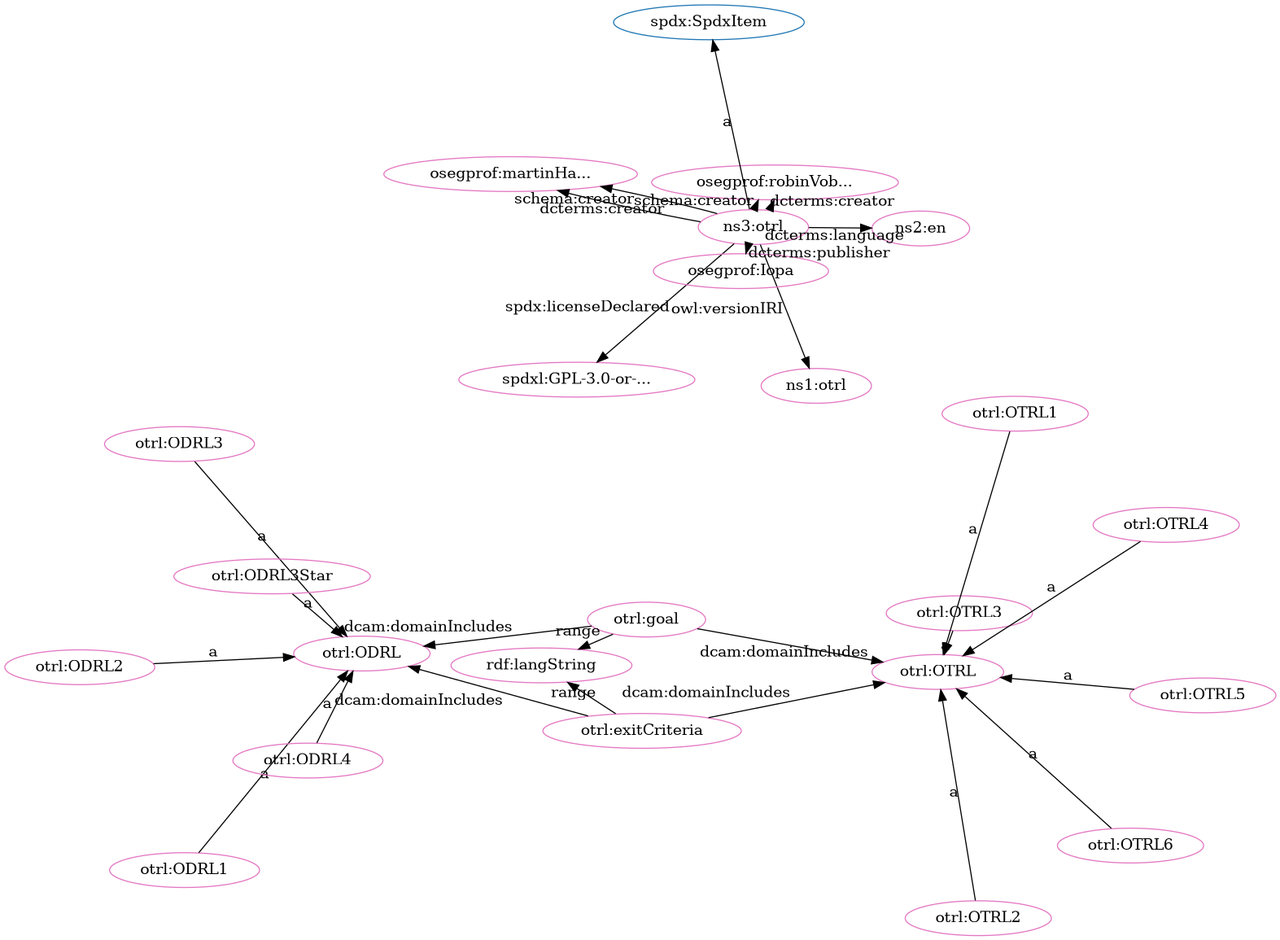
Before: src/spec/dot_otrl-clean.png, a diagram exported from Graphviz (iop-alliance/OpenKnowHow). Its source is kept beside it as src/spec/dot_otrl-clean.dot.
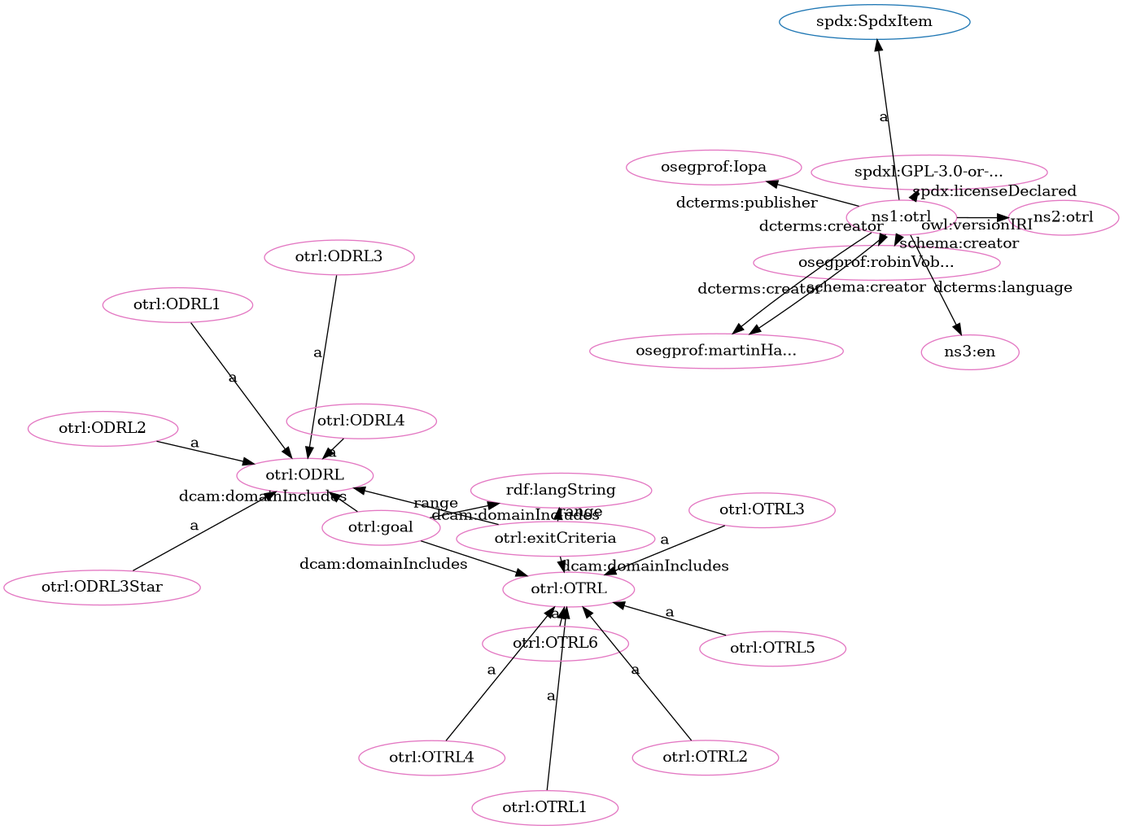
After the commit.

The edit, as a diff of the source:
```diff
@@ -1,56 +1,56 @@
 digraph G {
   rankdir=BT
   node[height=.3]
+"http://w3id.org/oseg/ont/otrl#OTRL" [fillcolor="#1f77b4" color="#1f77b4" label="otrl:OTRL"]
 "http://w3id.org/oseg/ont/otrl#ODRL" [fillcolor="#1f77b4" color="#1f77b4" label="otrl:ODRL"]
 "http://spdx.org/rdf/terms#SpdxItem" [fillcolor="#1f77b4" color="#1f77b4" label="spdx:SpdxItem"]
-"http://w3id.org/oseg/ont/otrl#OTRL" [fillcolor="#1f77b4" color="#1f77b4" label="otrl:OTRL"]
+"http://spdx.org/licenses/GPL-3.0-or-later" [fillcolor="#e377c2" color="#e377c2" label="spdxl:GPL-3.0-or-..."]
+"http://w3id.org/oseg/ont/oseg-profiles#robinVobruba" [fillcolor="#e377c2" color="#e377c2" label="osegprof:robinVob..."]
+"http://w3id.org/oseg/ont/otrl#ODRL3Star" [fillcolor="#e377c2" color="#e377c2" label="otrl:ODRL3Star"]
+"http://w3id.org/oseg/ont/otrl#goal" [fillcolor="#e377c2" color="#e377c2" label="otrl:goal"]
+"http://w3id.org/oseg/ont/otrl#OTRL3" [fillcolor="#e377c2" color="#e377c2" label="otrl:OTRL3"]
+"http://w3id.org/oseg/ont/otrl#OTRL1" [fillcolor="#e377c2" color="#e377c2" label="otrl:OTRL1"]
+"http://w3id.org/oseg/ont/otrl" [fillcolor="#e377c2" color="#e377c2" label="ns1:otrl"]
+"http://w3id.org/oseg/ont/otrl#OTRL" [fillcolor="#e377c2" color="#e377c2" label="otrl:OTRL"]
+"http://w3id.org/oseg/ont/1.1.0/otrl" [fillcolor="#e377c2" color="#e377c2" label="ns2:otrl"]
+"http://w3id.org/oseg/ont/oseg-profiles#Iopa" [fillcolor="#e377c2" color="#e377c2" label="osegprof:Iopa"]
+"http://w3id.org/oseg/ont/otrl#OTRL6" [fillcolor="#e377c2" color="#e377c2" label="otrl:OTRL6"]
+"http://w3id.org/oseg/ont/otrl#exitCriteria" [fillcolor="#e377c2" color="#e377c2" label="otrl:exitCriteria"]
 "http://w3id.org/oseg/ont/otrl#ODRL1" [fillcolor="#e377c2" color="#e377c2" label="otrl:ODRL1"]
+"http://w3id.org/oseg/ont/oseg-profiles#martinHaeuer" [fillcolor="#e377c2" color="#e377c2" label="osegprof:martinHa..."]
+"http://w3id.org/oseg/ont/otrl#OTRL2" [fillcolor="#e377c2" color="#e377c2" label="otrl:OTRL2"]
+"http://w3id.org/oseg/ont/otrl#OTRL4" [fillcolor="#e377c2" color="#e377c2" label="otrl:OTRL4"]
 "http://w3id.org/oseg/ont/otrl#ODRL" [fillcolor="#e377c2" color="#e377c2" label="otrl:ODRL"]
-"http://w3id.org/oseg/ont/oseg-profiles#robinVobruba" [fillcolor="#e377c2" color="#e377c2" label="osegprof:robinVob..."]
-"http://w3id.org/oseg/ont/1.1.0/otrl" [fillcolor="#e377c2" color="#e377c2" label="ns1:otrl"]
-"http://w3id.org/oseg/ont/oseg-profiles#martinHaeuer" [fillcolor="#e377c2" color="#e377c2" label="osegprof:martinHa..."]
 "http://w3id.org/oseg/ont/otrl#ODRL3" [fillcolor="#e377c2" color="#e377c2" label="otrl:ODRL3"]
-"http://id.loc.gov/vocabulary/iso639-1/en" [fillcolor="#e377c2" color="#e377c2" label="ns2:en"]
 "http://www.w3.org/1999/02/22-rdf-syntax-ns#langString" [fillcolor="#e377c2" color="#e377c2" label="rdf:langString"]
-"http://w3id.org/oseg/ont/otrl" [fillcolor="#e377c2" color="#e377c2" label="ns3:otrl"]
-"http://w3id.org/oseg/ont/otrl#OTRL3" [fillcolor="#e377c2" color="#e377c2" label="otrl:OTRL3"]
-"http://w3id.org/oseg/ont/otrl#OTRL6" [fillcolor="#e377c2" color="#e377c2" label="otrl:OTRL6"]
+"http://id.loc.gov/vocabulary/iso639-1/en" [fillcolor="#e377c2" color="#e377c2" label="ns3:en"]
+"http://w3id.org/oseg/ont/otrl#ODRL4" [fillcolor="#e377c2" color="#e377c2" label="otrl:ODRL4"]
+"http://w3id.org/oseg/ont/otrl#ODRL2" [fillcolor="#e377c2" color="#e377c2" label="otrl:ODRL2"]
 "http://w3id.org/oseg/ont/otrl#OTRL5" [fillcolor="#e377c2" color="#e377c2" label="otrl:OTRL5"]
-"http://w3id.org/oseg/ont/otrl#goal" [fillcolor="#e377c2" color="#e377c2" label="otrl:goal"]
-"http://w3id.org/oseg/ont/otrl#exitCriteria" [fillcolor="#e377c2" color="#e377c2" label="otrl:exitCriteria"]
-"http://w3id.org/oseg/ont/otrl#OTRL2" [fillcolor="#e377c2" color="#e377c2" label="otrl:OTRL2"]
-"http://w3id.org/oseg/ont/otrl#ODRL2" [fillcolor="#e377c2" color="#e377c2" label="otrl:ODRL2"]
-"http://w3id.org/oseg/ont/otrl#OTRL1" [fillcolor="#e377c2" color="#e377c2" label="otrl:OTRL1"]
-"http://spdx.org/licenses/GPL-3.0-or-later" [fillcolor="#e377c2" color="#e377c2" label="spdxl:GPL-3.0-or-..."]
-"http://w3id.org/oseg/ont/otrl#OTRL" [fillcolor="#e377c2" color="#e377c2" label="otrl:OTRL"]
-"http://w3id.org/oseg/ont/otrl#OTRL4" [fillcolor="#e377c2" color="#e377c2" label="otrl:OTRL4"]
-"http://w3id.org/oseg/ont/otrl#ODRL3Star" [fillcolor="#e377c2" color="#e377c2" label="otrl:ODRL3Star"]
-"http://w3id.org/oseg/ont/oseg-profiles#Iopa" [fillcolor="#e377c2" color="#e377c2" label="osegprof:Iopa"]
-"http://w3id.org/oseg/ont/otrl#ODRL4" [fillcolor="#e377c2" color="#e377c2" label="otrl:ODRL4"]
+  "http://w3id.org/oseg/ont/otrl" -> "http://spdx.org/licenses/GPL-3.0-or-later" [label="spdx:licenseDeclared"]
+  "http://w3id.org/oseg/ont/otrl" -> "http://w3id.org/oseg/ont/oseg-profiles#robinVobruba" [label="schema:creator"]
+  "http://w3id.org/oseg/ont/otrl#OTRL1" -> "http://w3id.org/oseg/ont/otrl#OTRL" [label="a"]
+  "http://w3id.org/oseg/ont/otrl#exitCriteria" -> "http://w3id.org/oseg/ont/otrl#OTRL" [label="dcam:domainIncludes"]
+  "http://w3id.org/oseg/ont/otrl#OTRL6" -> "http://w3id.org/oseg/ont/otrl#OTRL" [label="a"]
+  "http://w3id.org/oseg/ont/otrl" -> "http://w3id.org/oseg/ont/oseg-profiles#martinHaeuer" [label="dcterms:creator"]
+  "http://w3id.org/oseg/ont/otrl#goal" -> "http://w3id.org/oseg/ont/otrl#OTRL" [label="dcam:domainIncludes"]
+  "http://w3id.org/oseg/ont/otrl#exitCriteria" -> "http://w3id.org/oseg/ont/otrl#ODRL" [label="dcam:domainIncludes"]
+  "http://w3id.org/oseg/ont/otrl#ODRL3" -> "http://w3id.org/oseg/ont/otrl#ODRL" [label="a"]
+  "http://w3id.org/oseg/ont/otrl#goal" -> "http://w3id.org/oseg/ont/otrl#ODRL" [label="dcam:domainIncludes"]
+  "http://w3id.org/oseg/ont/otrl#exitCriteria" -> "http://www.w3.org/1999/02/22-rdf-syntax-ns#langString" [label="range"]
+  "http://w3id.org/oseg/ont/otrl#ODRL2" -> "http://w3id.org/oseg/ont/otrl#ODRL" [label="a"]
+  "http://w3id.org/oseg/ont/otrl#OTRL5" -> "http://w3id.org/oseg/ont/otrl#OTRL" [label="a"]
+  "http://w3id.org/oseg/ont/otrl#goal" -> "http://www.w3.org/1999/02/22-rdf-syntax-ns#langString" [label="range"]
+  "http://w3id.org/oseg/ont/otrl#ODRL3Star" -> "http://w3id.org/oseg/ont/otrl#ODRL" [label="a"]
+  "http://w3id.org/oseg/ont/otrl#OTRL3" -> "http://w3id.org/oseg/ont/otrl#OTRL" [label="a"]
+  "http://w3id.org/oseg/ont/otrl" -> "http://w3id.org/oseg/ont/1.1.0/otrl" [label="owl:versionIRI"]
+  "http://w3id.org/oseg/ont/otrl" -> "http://w3id.org/oseg/ont/oseg-profiles#Iopa" [label="dcterms:publisher"]
+  "http://w3id.org/oseg/ont/otrl" -> "http://w3id.org/oseg/ont/oseg-profiles#robinVobruba" [label="dcterms:creator"]
   "http://w3id.org/oseg/ont/otrl#ODRL1" -> "http://w3id.org/oseg/ont/otrl#ODRL" [label="a"]
+  "http://w3id.org/oseg/ont/otrl#OTRL2" -> "http://w3id.org/oseg/ont/otrl#OTRL" [label="a"]
+  "http://w3id.org/oseg/ont/otrl#OTRL4" -> "http://w3id.org/oseg/ont/otrl#OTRL" [label="a"]
   "http://w3id.org/oseg/ont/otrl" -> "http://w3id.org/oseg/ont/oseg-profiles#martinHaeuer" [label="schema:creator"]
-  "http://w3id.org/oseg/ont/otrl#exitCriteria" -> "http://w3id.org/oseg/ont/otrl#ODRL" [label="dcam:domainIncludes"]
+  "http://w3id.org/oseg/ont/otrl" -> "http://spdx.org/rdf/terms#SpdxItem" [label="a"]
   "http://w3id.org/oseg/ont/otrl" -> "http://id.loc.gov/vocabulary/iso639-1/en" [label="dcterms:language"]
-  "http://w3id.org/oseg/ont/otrl" -> "http://w3id.org/oseg/ont/oseg-profiles#martinHaeuer" [label="dcterms:creator"]
-  "http://w3id.org/oseg/ont/otrl#OTRL6" -> "http://w3id.org/oseg/ont/otrl#OTRL" [label="a"]
-  "http://w3id.org/oseg/ont/otrl#OTRL5" -> "http://w3id.org/oseg/ont/otrl#OTRL" [label="a"]
-  "http://w3id.org/oseg/ont/otrl#ODRL2" -> "http://w3id.org/oseg/ont/otrl#ODRL" [label="a"]
-  "http://w3id.org/oseg/ont/otrl" -> "http://spdx.org/licenses/GPL-3.0-or-later" [label="spdx:licenseDeclared"]
-  "http://w3id.org/oseg/ont/otrl#OTRL4" -> "http://w3id.org/oseg/ont/otrl#OTRL" [label="a"]
-  "http://w3id.org/oseg/ont/otrl#ODRL3Star" -> "http://w3id.org/oseg/ont/otrl#ODRL" [label="a"]
-  "http://w3id.org/oseg/ont/otrl" -> "http://w3id.org/oseg/ont/oseg-profiles#robinVobruba" [label="schema:creator"]
-  "http://w3id.org/oseg/ont/otrl#exitCriteria" -> "http://w3id.org/oseg/ont/otrl#OTRL" [label="dcam:domainIncludes"]
   "http://w3id.org/oseg/ont/otrl#ODRL4" -> "http://w3id.org/oseg/ont/otrl#ODRL" [label="a"]
-  "http://w3id.org/oseg/ont/otrl#goal" -> "http://w3id.org/oseg/ont/otrl#ODRL" [label="dcam:domainIncludes"]
-  "http://w3id.org/oseg/ont/otrl" -> "http://w3id.org/oseg/ont/oseg-profiles#robinVobruba" [label="dcterms:creator"]
-  "http://w3id.org/oseg/ont/otrl" -> "http://w3id.org/oseg/ont/1.1.0/otrl" [label="owl:versionIRI"]
-  "http://w3id.org/oseg/ont/otrl#ODRL3" -> "http://w3id.org/oseg/ont/otrl#ODRL" [label="a"]
-  "http://w3id.org/oseg/ont/otrl#exitCriteria" -> "http://www.w3.org/1999/02/22-rdf-syntax-ns#langString" [label="range"]
-  "http://w3id.org/oseg/ont/otrl" -> "http://spdx.org/rdf/terms#SpdxItem" [label="a"]
-  "http://w3id.org/oseg/ont/otrl#OTRL3" -> "http://w3id.org/oseg/ont/otrl#OTRL" [label="a"]
-  "http://w3id.org/oseg/ont/otrl#OTRL2" -> "http://w3id.org/oseg/ont/otrl#OTRL" [label="a"]
-  "http://w3id.org/oseg/ont/otrl#OTRL1" -> "http://w3id.org/oseg/ont/otrl#OTRL" [label="a"]
-  "http://w3id.org/oseg/ont/otrl#goal" -> "http://w3id.org/oseg/ont/otrl#OTRL" [label="dcam:domainIncludes"]
-  "http://w3id.org/oseg/ont/otrl#goal" -> "http://www.w3.org/1999/02/22-rdf-syntax-ns#langString" [label="range"]
-  "http://w3id.org/oseg/ont/otrl" -> "http://w3id.org/oseg/ont/oseg-profiles#Iopa" [label="dcterms:publisher"]
 }
```
